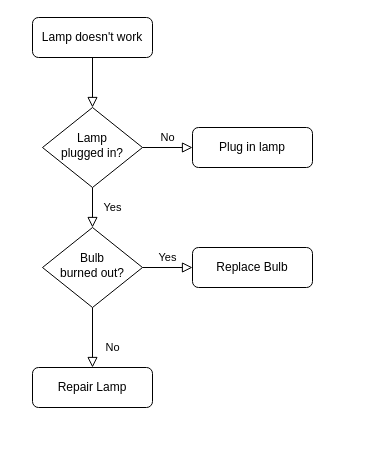
Before: img/KMPTC_pipeline.drawio in tahiri-lab/KMeansPhyloTreesClustering, a draw.io diagram. Source tidied: cells renumbered, new cells numbered last; positions are measured from the earlier drawing's top-left corner, leaving out a move shared by most shapes. Both pictures are drawn from the tidied source at 100%, with x=0, y=0 at pixel (32, 17).
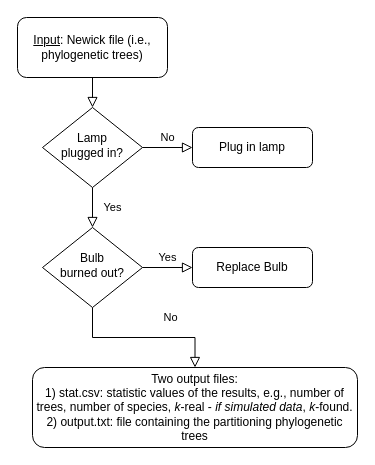
The same page after the edit.

Commit message:
update input and output box

Diff of the diagram source:
```diff
@@
 <mxGraphModel>
   <root>
     <mxCell id="0" />
     <mxCell id="1" parent="0" />
     <mxCell id="2" style="rounded=0;html=1;jettySize=auto;fontSize=11;endArrow=block;endFill=0;endSize=8;strokeWidth=1;shadow=0;labelBackgroundColor=none;edgeStyle=orthogonalEdgeStyle;" parent="1" edge="1" source="3" target="6">
       <mxGeometry relative="1" as="geometry" />
     </mxCell>
-    <mxCell id="3" value="Lamp doesn't work" style="rounded=1;whiteSpace=wrap;html=1;fontSize=12;glass=0;strokeWidth=1;shadow=0;" parent="1" vertex="1">
-      <mxGeometry width="120" height="40" as="geometry" />
+    <mxCell id="3" value="&lt;u&gt;Input&lt;/u&gt;: Newick file (i.e., phylogenetic trees)" style="rounded=1;whiteSpace=wrap;html=1;fontSize=12;glass=0;strokeWidth=1;shadow=0;" parent="1" vertex="1">
+      <mxGeometry x="-15" width="150" height="60" as="geometry" />
     </mxCell>
     <mxCell id="4" value="Yes" style="rounded=0;html=1;jettySize=auto;fontSize=11;endArrow=block;endFill=0;endSize=8;strokeWidth=1;shadow=0;labelBackgroundColor=none;edgeStyle=orthogonalEdgeStyle;" parent="1" edge="1" source="6" target="10">
       <mxGeometry y="20" relative="1" as="geometry" />
     </mxCell>
     <mxCell id="5" value="No" style="edgeStyle=orthogonalEdgeStyle;rounded=0;html=1;jettySize=auto;fontSize=11;endArrow=block;endFill=0;endSize=8;strokeWidth=1;shadow=0;labelBackgroundColor=none;" parent="1" edge="1" source="6" target="7">
       <mxGeometry y="10" relative="1" as="geometry" />
     </mxCell>
     <mxCell id="6" value="Lamp&lt;br&gt;plugged in?" style="rhombus;whiteSpace=wrap;html=1;shadow=0;fontFamily=Helvetica;fontSize=12;align=center;strokeWidth=1;spacing=6;spacingTop=-4;" parent="1" vertex="1">
       <mxGeometry x="10" y="90" width="100" height="80" as="geometry" />
     </mxCell>
     <mxCell id="7" value="Plug in lamp" style="rounded=1;whiteSpace=wrap;html=1;fontSize=12;glass=0;strokeWidth=1;shadow=0;" parent="1" vertex="1">
       <mxGeometry x="160" y="110" width="120" height="40" as="geometry" />
     </mxCell>
     <mxCell id="8" value="No" style="rounded=0;html=1;jettySize=auto;fontSize=11;endArrow=block;endFill=0;endSize=8;strokeWidth=1;shadow=0;labelBackgroundColor=none;edgeStyle=orthogonalEdgeStyle;" parent="1" edge="1" source="10" target="11">
       <mxGeometry x="0.33" y="20" relative="1" as="geometry" />
     </mxCell>
     <mxCell id="9" value="Yes" style="edgeStyle=orthogonalEdgeStyle;rounded=0;html=1;jettySize=auto;fontSize=11;endArrow=block;endFill=0;endSize=8;strokeWidth=1;shadow=0;labelBackgroundColor=none;" parent="1" edge="1" source="10" target="12">
       <mxGeometry y="10" relative="1" as="geometry" />
     </mxCell>
     <mxCell id="10" value="Bulb&lt;br&gt;burned out?" style="rhombus;whiteSpace=wrap;html=1;shadow=0;fontFamily=Helvetica;fontSize=12;align=center;strokeWidth=1;spacing=6;spacingTop=-4;" parent="1" vertex="1">
       <mxGeometry x="10" y="210" width="100" height="80" as="geometry" />
     </mxCell>
-    <mxCell id="11" value="Repair Lamp" style="rounded=1;whiteSpace=wrap;html=1;fontSize=12;glass=0;strokeWidth=1;shadow=0;" parent="1" vertex="1">
-      <mxGeometry y="350" width="120" height="40" as="geometry" />
+    <mxCell id="11" value="Two output files:&lt;br&gt;1) stat.csv: statistic values of the results, e.g., number of trees, number of species, &lt;i&gt;k&lt;/i&gt;-real - &lt;i&gt;if simulated data&lt;/i&gt;, &lt;i&gt;k&lt;/i&gt;-found.&lt;br&gt;2) output.txt: file containing the partitioning phylogenetic trees" style="rounded=1;whiteSpace=wrap;html=1;fontSize=12;glass=0;strokeWidth=1;shadow=0;" parent="1" vertex="1">
+      <mxGeometry y="350" width="325" height="80" as="geometry" />
     </mxCell>
     <mxCell id="12" value="Replace Bulb" style="rounded=1;whiteSpace=wrap;html=1;fontSize=12;glass=0;strokeWidth=1;shadow=0;" parent="1" vertex="1">
       <mxGeometry x="160" y="230" width="120" height="40" as="geometry" />
     </mxCell>
   </root>
 </mxGraphModel>
```
